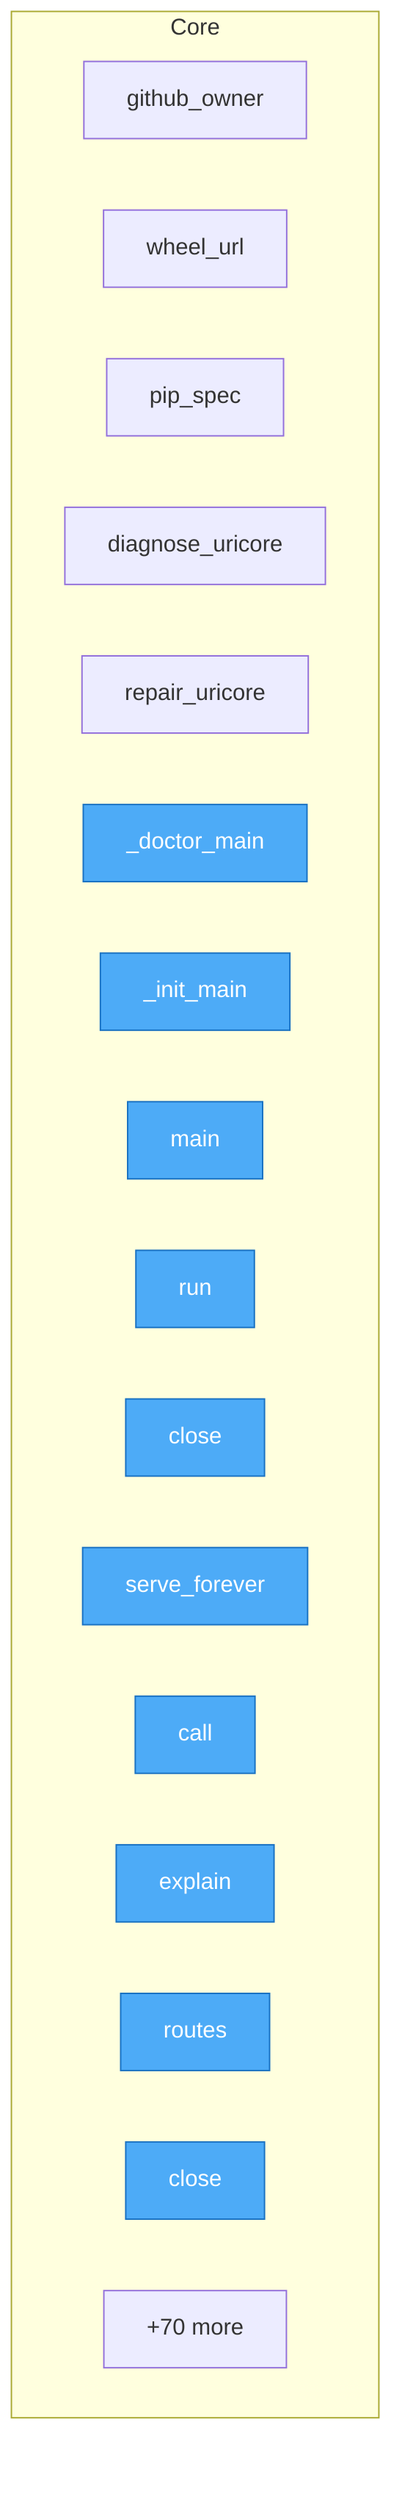
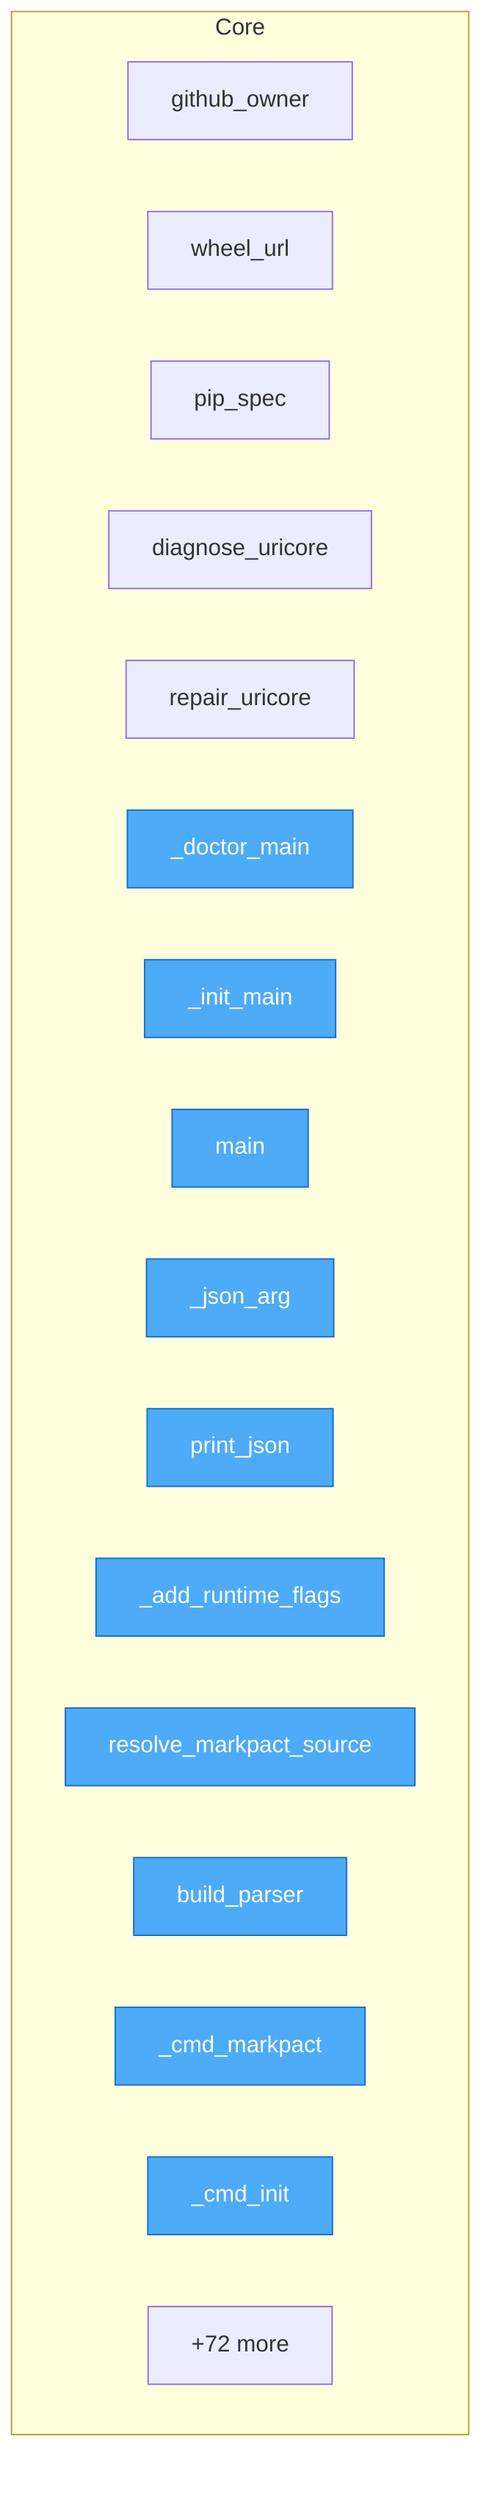
flowchart TD
%% generated in 0.01s

    %% Entry points (blue)
    classDef entry fill:#4dabf7,stroke:#1971c2,color:#fff

    subgraph Core
        src__urisys__uricore_install__github_owner["github_owner"]
        src__urisys__uricore_install__wheel_url["wheel_url"]
        src__urisys__uricore_install__pip_spec["pip_spec"]
        src__urisys__uricore_install__diagnose_uricore["diagnose_uricore"]
        src__urisys__uricore_install__repair_uricore["repair_uricore"]
        src__urisys__bootstrap___doctor_main["_doctor_main"]
        src__urisys__bootstrap___init_main["_init_main"]
        src__urisys__bootstrap__main["main"]
-         src__urisys__controllers__flow_controller__FlowController__run["run"]
-         src__urisys__controllers__flow_controller__FlowController__close["close"]
-         src__urisys__controllers__server_controller__ServerController__serve_forever["serve_forever"]
-         src__urisys__controllers__uri_controller__UriController__call["call"]
-         src__urisys__controllers__uri_controller__UriController__explain["explain"]
-         src__urisys__controllers__uri_controller__UriController__routes["routes"]
-         src__urisys__controllers__uri_controller__UriController__close["close"]
-         ...["+70 more"]
+         src__urisys__cli___json_arg["_json_arg"]
+         src__urisys__cli__print_json["print_json"]
+         src__urisys__cli___add_runtime_flags["_add_runtime_flags"]
+         src__urisys__cli__resolve_markpact_source["resolve_markpact_source"]
+         src__urisys__cli__build_parser["build_parser"]
+         src__urisys__cli___cmd_markpact["_cmd_markpact"]
+         src__urisys__cli___cmd_init["_cmd_init"]
+         ...["+72 more"]
    end

-     class src__urisys__bootstrap___doctor_main,src__urisys__bootstrap___init_main,src__urisys__bootstrap__main,src__urisys__controllers__flow_controller__FlowController__run,src__urisys__controllers__flow_controller__FlowController__close,src__urisys__controllers__server_controller__ServerController__serve_forever,src__urisys__controllers__uri_controller__UriController__call,src__urisys__controllers__uri_controller__UriController__explain,src__urisys__controllers__uri_controller__UriController__routes,src__urisys__controllers__uri_controller__UriController__close entry
+     class src__urisys__bootstrap___doctor_main,src__urisys__bootstrap___init_main,src__urisys__bootstrap__main,src__urisys__cli___json_arg,src__urisys__cli__print_json,src__urisys__cli___add_runtime_flags,src__urisys__cli__resolve_markpact_source,src__urisys__cli__build_parser,src__urisys__cli___cmd_markpact,src__urisys__cli___cmd_init entry
